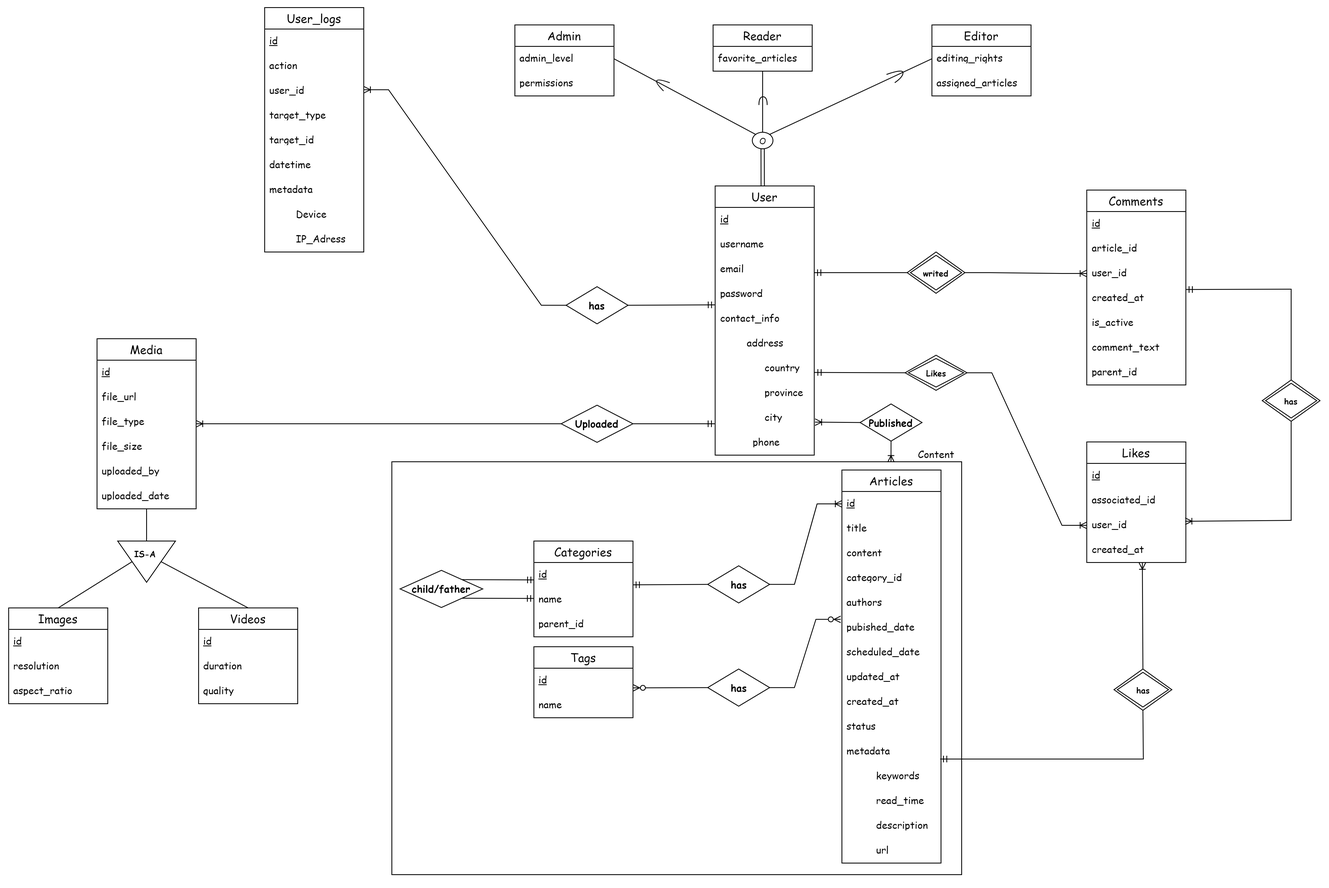
Above: ER Diagram/CMS-EER.png in Ahooraa/CMS-MongoDB (draw.io), before the change. Source tidied: cells renumbered, new cells last; positions are measured from the earlier drawing's top-left corner, leaving out a move shared by most shapes.
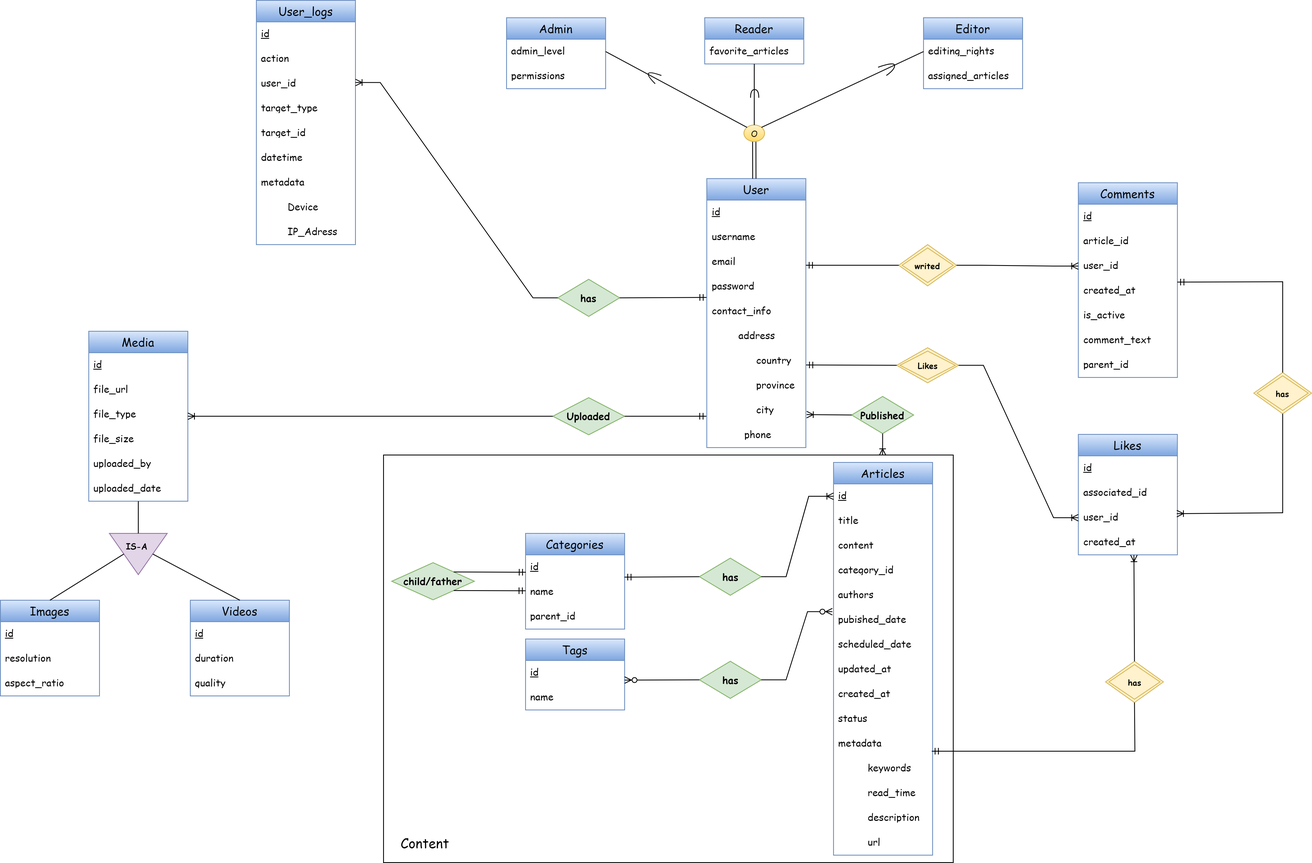
Later version of the same file.

Commit message:
Modify EER Diagram

Change to the diagram source:
```diff
@@ -4,3 +4,3 @@
     <mxCell id="1" parent="0" />
-    <mxCell id="2" value="User" style="swimlane;fontStyle=0;horizontal=1;startSize=26;align=center;fontSize=14;fontFamily=Comic Sans MS;" parent="1" vertex="1">
+    <mxCell id="2" value="User" style="swimlane;fontStyle=0;horizontal=1;startSize=26;align=center;fontSize=14;fontFamily=Comic Sans MS;fillColor=#dae8fc;gradientColor=#7ea6e0;strokeColor=#6c8ebf;" parent="1" vertex="1">
       <mxGeometry x="855.5" y="216" width="120" height="326" as="geometry" />
@@ -37,3 +37,3 @@
     </mxCell>
-    <mxCell id="13" value="Admin" style="swimlane;fontStyle=0;horizontal=1;startSize=26;align=center;fontSize=14;fontFamily=Comic Sans MS;" parent="1" vertex="1">
+    <mxCell id="13" value="Admin" style="swimlane;fontStyle=0;horizontal=1;startSize=26;align=center;fontSize=14;fontFamily=Comic Sans MS;fillColor=#dae8fc;gradientColor=#7ea6e0;strokeColor=#6c8ebf;" parent="1" vertex="1">
       <mxGeometry x="613" y="21" width="120" height="86" as="geometry" />
@@ -46,3 +46,3 @@
     </mxCell>
-    <mxCell id="16" value="Editor" style="swimlane;fontStyle=0;horizontal=1;startSize=26;align=center;fontSize=14;fontFamily=Comic Sans MS;" parent="1" vertex="1">
+    <mxCell id="16" value="Editor" style="swimlane;fontStyle=0;horizontal=1;startSize=26;align=center;fontSize=14;fontFamily=Comic Sans MS;fillColor=#dae8fc;gradientColor=#7ea6e0;strokeColor=#6c8ebf;" parent="1" vertex="1">
       <mxGeometry x="1118" y="21" width="120" height="86" as="geometry" />
@@ -55,3 +55,3 @@
     </mxCell>
-    <mxCell id="19" value="Reader" style="swimlane;fontStyle=0;horizontal=1;startSize=26;align=center;fontSize=14;fontFamily=Comic Sans MS;" parent="1" vertex="1">
+    <mxCell id="19" value="Reader" style="swimlane;fontStyle=0;horizontal=1;startSize=26;align=center;fontSize=14;fontFamily=Comic Sans MS;fillColor=#dae8fc;gradientColor=#7ea6e0;strokeColor=#6c8ebf;" parent="1" vertex="1">
       <mxGeometry x="853" y="21" width="120" height="56" as="geometry" />
@@ -61,3 +61,3 @@
     </mxCell>
-    <mxCell id="21" value="Media" style="swimlane;fontStyle=0;horizontal=1;startSize=26;align=center;fontSize=14;fontFamily=Comic Sans MS;" parent="1" vertex="1">
+    <mxCell id="21" value="Media" style="swimlane;fontStyle=0;horizontal=1;startSize=26;align=center;fontSize=14;fontFamily=Comic Sans MS;fillColor=#dae8fc;gradientColor=#7ea6e0;strokeColor=#6c8ebf;" parent="1" vertex="1">
       <mxGeometry x="107" y="401" width="120" height="206" as="geometry" />
@@ -82,3 +82,3 @@
     </mxCell>
-    <mxCell id="28" value="Images" style="swimlane;fontStyle=0;horizontal=1;startSize=26;align=center;fontSize=14;fontFamily=Comic Sans MS;" parent="1" vertex="1">
+    <mxCell id="28" value="Images" style="swimlane;fontStyle=0;horizontal=1;startSize=26;align=center;fontSize=14;fontFamily=Comic Sans MS;fillColor=#dae8fc;gradientColor=#7ea6e0;strokeColor=#6c8ebf;" parent="1" vertex="1">
       <mxGeometry y="727" width="120" height="116" as="geometry" />
@@ -94,3 +94,3 @@
     </mxCell>
-    <mxCell id="32" value="Videos" style="swimlane;fontStyle=0;horizontal=1;startSize=26;align=center;fontSize=14;fontFamily=Comic Sans MS;" parent="1" vertex="1">
+    <mxCell id="32" value="Videos" style="swimlane;fontStyle=0;horizontal=1;startSize=26;align=center;fontSize=14;fontFamily=Comic Sans MS;fillColor=#dae8fc;gradientColor=#7ea6e0;strokeColor=#6c8ebf;" parent="1" vertex="1">
       <mxGeometry x="230" y="727" width="120" height="116" as="geometry" />
@@ -106,3 +106,3 @@
     </mxCell>
-    <mxCell id="36" value="User_logs" style="swimlane;fontStyle=0;horizontal=1;startSize=26;align=center;fontSize=14;fontFamily=Comic Sans MS;" parent="1" vertex="1">
+    <mxCell id="36" value="User_logs" style="swimlane;fontStyle=0;horizontal=1;startSize=26;align=center;fontSize=14;fontFamily=Comic Sans MS;fillColor=#dae8fc;strokeColor=#6c8ebf;gradientColor=#7ea6e0;" parent="1" vertex="1">
       <mxGeometry x="310" width="120" height="296" as="geometry" />
@@ -136,3 +136,3 @@
     </mxCell>
-    <mxCell id="46" value="Comments" style="swimlane;fontStyle=0;horizontal=1;startSize=26;align=center;fontSize=14;fontFamily=Comic Sans MS;" parent="1" vertex="1">
+    <mxCell id="46" value="Comments" style="swimlane;fontStyle=0;horizontal=1;startSize=26;align=center;fontSize=14;fontFamily=Comic Sans MS;fillColor=#dae8fc;gradientColor=#7ea6e0;strokeColor=#6c8ebf;" parent="1" vertex="1">
       <mxGeometry x="1305.5" y="221" width="120" height="236" as="geometry" />
@@ -160,3 +160,3 @@
     </mxCell>
-    <mxCell id="54" value="Likes" style="swimlane;fontStyle=0;horizontal=1;startSize=26;align=center;fontSize=14;fontFamily=Comic Sans MS;" parent="1" vertex="1">
+    <mxCell id="54" value="Likes" style="swimlane;fontStyle=0;horizontal=1;startSize=26;align=center;fontSize=14;fontFamily=Comic Sans MS;fillColor=#dae8fc;gradientColor=#7ea6e0;strokeColor=#6c8ebf;" parent="1" vertex="1">
       <mxGeometry x="1305.5" y="526" width="120" height="146" as="geometry" />
@@ -175,3 +175,3 @@
     </mxCell>
-    <mxCell id="59" value="Articles" style="swimlane;fontStyle=0;horizontal=1;startSize=26;align=center;fontSize=14;fontFamily=Comic Sans MS;" parent="1" vertex="1">
+    <mxCell id="59" value="Articles" style="swimlane;fontStyle=0;horizontal=1;startSize=26;align=center;fontSize=14;fontFamily=Comic Sans MS;fillColor=#dae8fc;gradientColor=#7ea6e0;strokeColor=#6c8ebf;" parent="1" vertex="1">
       <mxGeometry x="1009" y="560" width="120" height="476" as="geometry" />
@@ -223,3 +223,3 @@
     </mxCell>
-    <mxCell id="75" value="Categories" style="swimlane;fontStyle=0;horizontal=1;startSize=26;align=center;fontSize=14;fontFamily=Comic Sans MS;" parent="1" vertex="1">
+    <mxCell id="75" value="Categories" style="swimlane;fontStyle=0;horizontal=1;startSize=26;align=center;fontSize=14;fontFamily=Comic Sans MS;fillColor=#dae8fc;gradientColor=#7ea6e0;strokeColor=#6c8ebf;" parent="1" vertex="1">
       <mxGeometry x="636" y="646" width="120" height="116" as="geometry" />
@@ -235,3 +235,3 @@
     </mxCell>
-    <mxCell id="79" value="Tags" style="swimlane;fontStyle=0;horizontal=1;startSize=26;align=center;fontSize=14;fontFamily=Comic Sans MS;" parent="1" vertex="1">
+    <mxCell id="79" value="Tags" style="swimlane;fontStyle=0;horizontal=1;startSize=26;align=center;fontSize=14;fontFamily=Comic Sans MS;fillColor=#dae8fc;gradientColor=#7ea6e0;strokeColor=#6c8ebf;" parent="1" vertex="1">
       <mxGeometry x="636" y="774" width="120" height="86" as="geometry" />
@@ -244,3 +244,3 @@
     </mxCell>
-    <mxCell id="82" value="writed" style="shape=rhombus;double=1;perimeter=rhombusPerimeter;whiteSpace=wrap;html=1;align=center;fontFamily=Comic Sans MS;fontStyle=1;fontSize=10;" parent="1" vertex="1">
+    <mxCell id="82" value="writed" style="shape=rhombus;double=1;perimeter=rhombusPerimeter;whiteSpace=wrap;html=1;align=center;fontFamily=Comic Sans MS;fontStyle=1;fontSize=10;fillColor=#fff2cc;strokeColor=#d6b656;" parent="1" vertex="1">
       <mxGeometry x="1088" y="296" width="70" height="50" as="geometry" />
@@ -255,3 +255,3 @@
     </mxCell>
-    <mxCell id="85" value="Likes" style="shape=rhombus;double=1;perimeter=rhombusPerimeter;whiteSpace=wrap;html=1;align=center;fontFamily=Comic Sans MS;fontStyle=1;fontSize=10;" parent="1" vertex="1">
+    <mxCell id="85" value="Likes" style="shape=rhombus;double=1;perimeter=rhombusPerimeter;whiteSpace=wrap;html=1;align=center;fontFamily=Comic Sans MS;fontStyle=1;fontSize=10;fillColor=#fff2cc;strokeColor=#d6b656;" parent="1" vertex="1">
       <mxGeometry x="1085.5" y="421" width="75" height="42.5" as="geometry" />
@@ -264,3 +264,3 @@
     </mxCell>
-    <mxCell id="88" value="has" style="shape=rhombus;double=1;perimeter=rhombusPerimeter;whiteSpace=wrap;html=1;align=center;fontFamily=Comic Sans MS;fontStyle=1;fontSize=10;" parent="1" vertex="1">
+    <mxCell id="88" value="has" style="shape=rhombus;double=1;perimeter=rhombusPerimeter;whiteSpace=wrap;html=1;align=center;fontFamily=Comic Sans MS;fontStyle=1;fontSize=10;fillColor=#fff2cc;strokeColor=#d6b656;" parent="1" vertex="1">
       <mxGeometry x="1518" y="451" width="70" height="50" as="geometry" />
@@ -286,3 +286,3 @@
     </mxCell>
-    <mxCell id="92" value="O" style="ellipse;whiteSpace=wrap;html=1;align=center;fontFamily=Comic Sans MS;fontSize=10;" parent="1" vertex="1">
+    <mxCell id="92" value="O" style="ellipse;whiteSpace=wrap;html=1;align=center;fontFamily=Comic Sans MS;fontSize=10;fillColor=#fff2cc;gradientColor=#ffd966;strokeColor=#d6b656;" parent="1" vertex="1">
       <mxGeometry x="900.5" y="151" width="25" height="20" as="geometry" />
@@ -327,3 +327,3 @@
     </mxCell>
-    <mxCell id="99" value="has" style="shape=rhombus;perimeter=rhombusPerimeter;whiteSpace=wrap;html=1;align=center;fontFamily=Comic Sans MS;fontStyle=1;" parent="1" vertex="1">
+    <mxCell id="99" value="has" style="shape=rhombus;perimeter=rhombusPerimeter;whiteSpace=wrap;html=1;align=center;fontFamily=Comic Sans MS;fontStyle=1;fillColor=#d5e8d4;strokeColor=#82b366;" parent="1" vertex="1">
       <mxGeometry x="675" y="338" width="75" height="45" as="geometry" />
@@ -336,3 +336,3 @@
     </mxCell>
-    <mxCell id="102" value="Uploaded" style="shape=rhombus;perimeter=rhombusPerimeter;whiteSpace=wrap;html=1;align=center;fontFamily=Comic Sans MS;fontStyle=1;" parent="1" vertex="1">
+    <mxCell id="102" value="Uploaded" style="shape=rhombus;perimeter=rhombusPerimeter;whiteSpace=wrap;html=1;align=center;fontFamily=Comic Sans MS;fontStyle=1;fillColor=#d5e8d4;strokeColor=#82b366;" parent="1" vertex="1">
       <mxGeometry x="669" y="481.5" width="87" height="45" as="geometry" />
@@ -347,3 +347,3 @@
     </mxCell>
-    <mxCell id="105" style="triangle;whiteSpace=wrap;html=1;rotation=90;" parent="1" vertex="1">
+    <mxCell id="105" style="triangle;whiteSpace=wrap;html=1;rotation=90;fillColor=#e1d5e7;strokeColor=#9673a6;" parent="1" vertex="1">
       <mxGeometry x="142" y="636" width="50" height="70" as="geometry" />
@@ -362,9 +362,9 @@
     </mxCell>
-    <mxCell id="110" value="has" style="shape=rhombus;perimeter=rhombusPerimeter;whiteSpace=wrap;html=1;align=center;fontFamily=Comic Sans MS;fontStyle=1;" parent="1" vertex="1">
+    <mxCell id="110" value="has" style="shape=rhombus;perimeter=rhombusPerimeter;whiteSpace=wrap;html=1;align=center;fontFamily=Comic Sans MS;fontStyle=1;fillColor=#d5e8d4;strokeColor=#82b366;" parent="1" vertex="1">
       <mxGeometry x="846.5" y="676" width="75" height="45" as="geometry" />
     </mxCell>
-    <mxCell id="111" value="has" style="shape=rhombus;perimeter=rhombusPerimeter;whiteSpace=wrap;html=1;align=center;fontFamily=Comic Sans MS;fontStyle=1;" parent="1" vertex="1">
+    <mxCell id="111" value="has" style="shape=rhombus;perimeter=rhombusPerimeter;whiteSpace=wrap;html=1;align=center;fontFamily=Comic Sans MS;fontStyle=1;fillColor=#d5e8d4;strokeColor=#82b366;" parent="1" vertex="1">
       <mxGeometry x="846.5" y="801" width="75" height="45" as="geometry" />
     </mxCell>
-    <mxCell id="112" value="child/father" style="shape=rhombus;perimeter=rhombusPerimeter;whiteSpace=wrap;html=1;align=center;fontFamily=Comic Sans MS;fontStyle=1;" parent="1" vertex="1">
+    <mxCell id="112" value="child/father" style="shape=rhombus;perimeter=rhombusPerimeter;whiteSpace=wrap;html=1;align=center;fontFamily=Comic Sans MS;fontStyle=1;fillColor=#d5e8d4;strokeColor=#82b366;" parent="1" vertex="1">
       <mxGeometry x="474" y="681.5" width="100" height="45" as="geometry" />
@@ -389,3 +389,3 @@
     </mxCell>
-    <mxCell id="119" value="has" style="shape=rhombus;double=1;perimeter=rhombusPerimeter;whiteSpace=wrap;html=1;align=center;fontFamily=Comic Sans MS;fontStyle=1;fontSize=10;" parent="1" vertex="1">
+    <mxCell id="119" value="has" style="shape=rhombus;double=1;perimeter=rhombusPerimeter;whiteSpace=wrap;html=1;align=center;fontFamily=Comic Sans MS;fontStyle=1;fontSize=10;fillColor=#fff2cc;strokeColor=#d6b656;" parent="1" vertex="1">
       <mxGeometry x="1338.5" y="801" width="70" height="50" as="geometry" />
@@ -403,3 +403,3 @@
     </mxCell>
-    <mxCell id="122" value="Published" style="shape=rhombus;perimeter=rhombusPerimeter;whiteSpace=wrap;html=1;align=center;fontFamily=Comic Sans MS;fontStyle=1;" parent="1" vertex="1">
+    <mxCell id="122" value="Published" style="shape=rhombus;perimeter=rhombusPerimeter;whiteSpace=wrap;html=1;align=center;fontFamily=Comic Sans MS;fontStyle=1;fillColor=#d5e8d4;strokeColor=#82b366;" parent="1" vertex="1">
       <mxGeometry x="1031" y="480" width="75" height="45" as="geometry" />
@@ -413,6 +413,6 @@
     <mxCell id="125" style="rounded=0;whiteSpace=wrap;html=1;fillColor=none;" parent="1" vertex="1">
-      <mxGeometry x="464" y="550" width="690" height="500" as="geometry" />
+      <mxGeometry x="464" y="551" width="690" height="494" as="geometry" />
     </mxCell>
-    <mxCell id="126" value="&lt;font face=&quot;Comic Sans MS&quot;&gt;Content&lt;/font&gt;" style="text;html=1;align=center;verticalAlign=middle;strokeColor=none;fillColor=none;" parent="1" vertex="1">
-      <mxGeometry x="1088" y="526" width="70" height="30" as="geometry" />
+    <mxCell id="126" value="&lt;font style=&quot;font-size: 16px;&quot; face=&quot;Comic Sans MS&quot;&gt;Content&lt;/font&gt;" style="text;html=1;align=center;verticalAlign=middle;strokeColor=none;fillColor=none;" parent="1" vertex="1">
+      <mxGeometry x="474" y="1006" width="80" height="30" as="geometry" />
     </mxCell>
```
